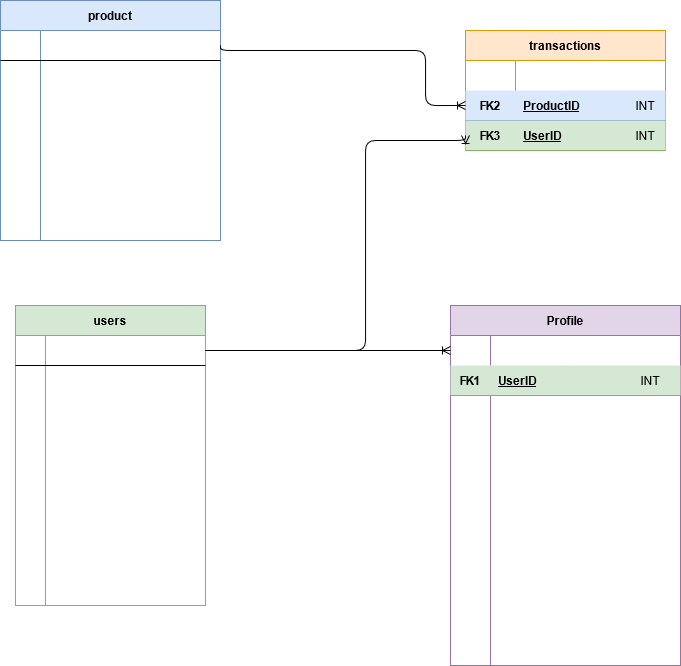
Before: ER Diagram (SQL).png, a diagram exported from draw.io (Cybernadero/ER). Source tidied: cells renumbered, new cells last; positions are measured from the earlier drawing's top-left corner, leaving out a move shared by most shapes.
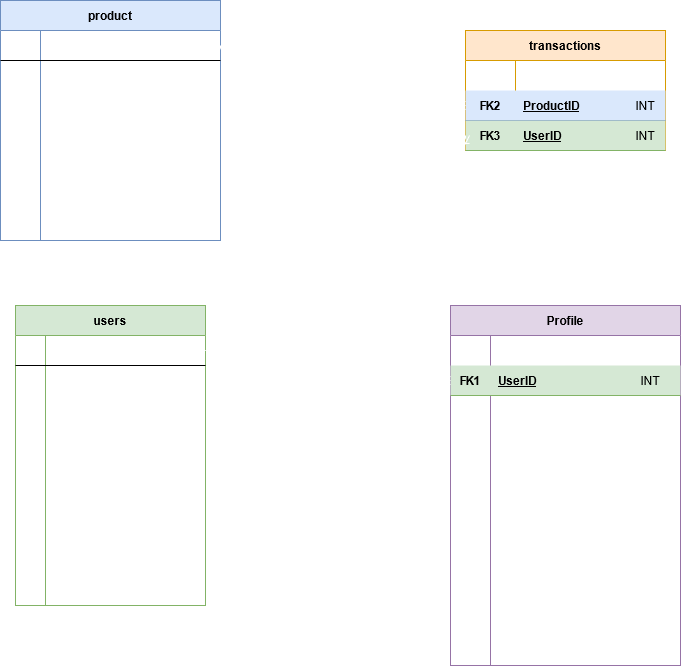
After the change.

What changed in the source:
```diff
@@ -284,7 +284,7 @@
     <mxCell id="95" value="UserID" style="shape=partialRectangle;fillColor=none;top=0;left=0;bottom=0;right=0;align=left;spacingLeft=6;fontStyle=5;overflow=hidden;" parent="93" vertex="1">
       <mxGeometry x="50" width="150" height="30" as="geometry" />
     </mxCell>
-    <mxCell id="96" style="edgeStyle=orthogonalEdgeStyle;rounded=1;jettySize=auto;html=1;exitX=1;exitY=0.5;exitDx=0;exitDy=0;entryX=0;entryY=0.5;entryDx=0;entryDy=0;endArrow=ERoneToMany;endFill=0;align=left;" parent="1" edge="1" source="3" target="90">
+    <mxCell id="96" style="edgeStyle=orthogonalEdgeStyle;rounded=1;jettySize=auto;html=1;exitX=1;exitY=0.5;exitDx=0;exitDy=0;entryX=0;entryY=0.5;entryDx=0;entryDy=0;endArrow=ERoneToMany;endFill=0;align=left;strokeColor=#FFFFFF;" parent="1" edge="1" source="3" target="90">
       <mxGeometry relative="1" as="geometry">
         <Array as="points">
           <mxPoint x="220" y="50" />
@@ -293,7 +293,7 @@
         </Array>
       </mxGeometry>
     </mxCell>
-    <mxCell id="97" style="edgeStyle=orthogonalEdgeStyle;rounded=1;jettySize=auto;html=1;exitX=1;exitY=0.5;exitDx=0;exitDy=0;entryX=0;entryY=0.5;entryDx=0;entryDy=0;endArrow=ERoneToMany;endFill=0;" parent="1" edge="1" source="25" target="93">
+    <mxCell id="97" style="edgeStyle=orthogonalEdgeStyle;rounded=1;jettySize=auto;html=1;exitX=1;exitY=0.5;exitDx=0;exitDy=0;entryX=0;entryY=0.5;entryDx=0;entryDy=0;endArrow=ERoneToMany;endFill=0;strokeColor=#FFFFFF;" parent="1" edge="1" source="25" target="93">
       <mxGeometry relative="1" as="geometry">
         <Array as="points">
           <mxPoint x="365" y="350" />
@@ -302,11 +302,11 @@
         </Array>
       </mxGeometry>
     </mxCell>
-    <mxCell id="98" style="edgeStyle=orthogonalEdgeStyle;rounded=1;jettySize=auto;html=1;exitX=1;exitY=0.5;exitDx=0;exitDy=0;entryX=0;entryY=0.5;entryDx=0;entryDy=0;endArrow=ERoneToMany;endFill=0;" parent="1" edge="1" source="25" target="53">
+    <mxCell id="98" style="edgeStyle=orthogonalEdgeStyle;rounded=1;jettySize=auto;html=1;exitX=1;exitY=0.5;exitDx=0;exitDy=0;entryX=0;entryY=0.5;entryDx=0;entryDy=0;endArrow=ERoneToMany;endFill=0;strokeColor=#FFFFFF;" parent="1" edge="1" source="25" target="56">
       <mxGeometry relative="1" as="geometry">
         <Array as="points">
-          <mxPoint x="215" y="350" />
-          <mxPoint x="215" y="350" />
+          <mxPoint x="325" y="350" />
+          <mxPoint x="325" y="380" />
         </Array>
       </mxGeometry>
     </mxCell>
```
